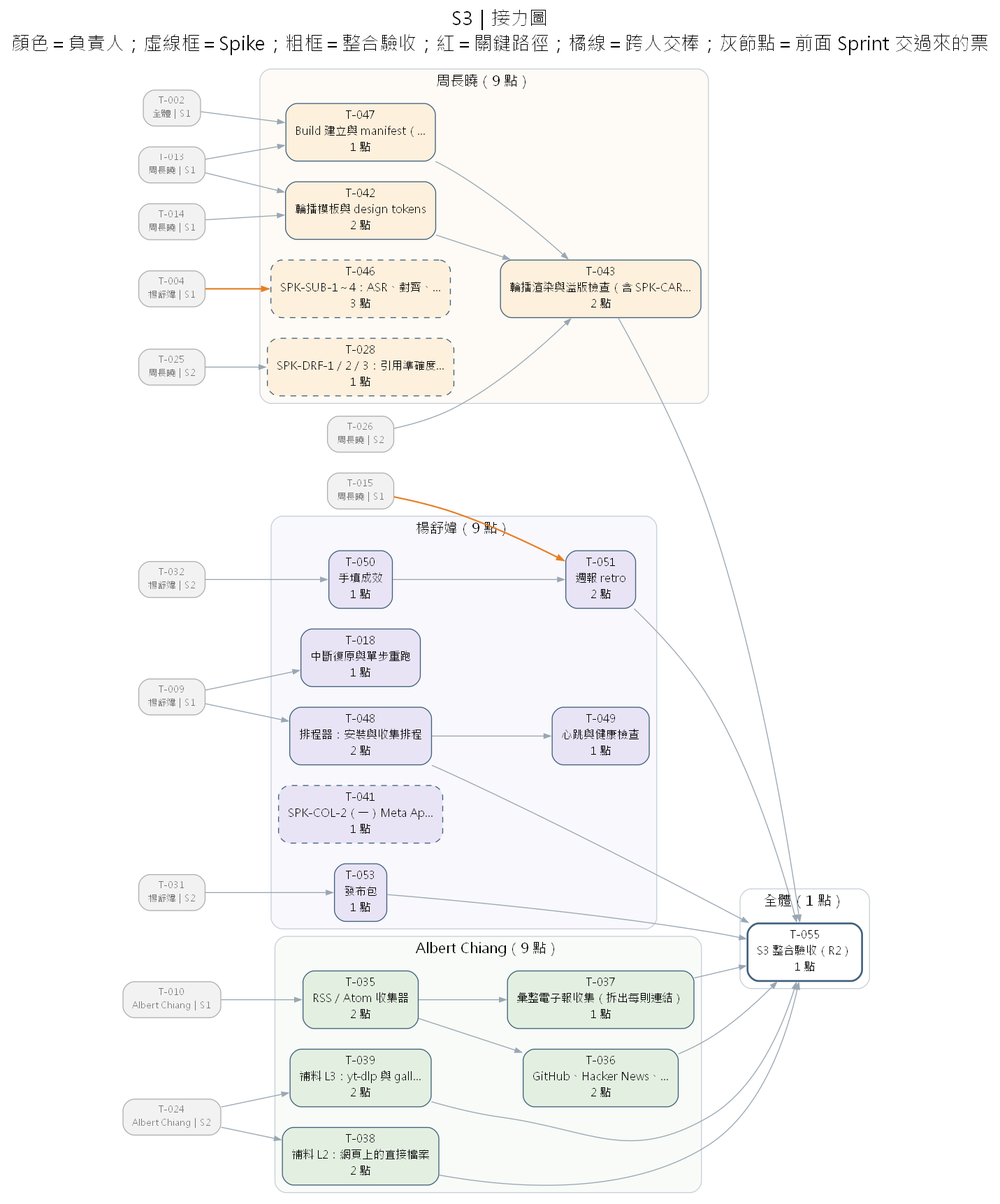
Earlier version of the Graphviz export docs/diagrams/dag-S3.png (Zenobia000/AI_Media_Studio_content_pipe). Its source is kept beside it as docs/diagrams/dag-S3.dot. Source of this version:
```dot
digraph S {
graph [rankdir=LR, bgcolor="white", fontname="Microsoft JhengHei", fontsize=20, labelloc=t, nodesep=0.3, ranksep=0.7, label="S3｜接力圖
顏色＝負責人；虛線框＝Spike；粗框＝整合驗收；紅＝關鍵路徑；橘線＝跨人交棒；灰節點＝前面 Sprint 交過來的票"];
node [shape=box, style="rounded,filled", fontname="Microsoft JhengHei", fontsize=12, color="#42617d", margin="0.14,0.07"];
edge [color="#9aa7b3", arrowsize=0.7];
subgraph "cluster_Albert Chiang" { label="Albert Chiang（9 點）"; style="rounded,filled"; fillcolor="#e3f0e140"; color="#c7d0d9"; fontsize=15;
"T-035" [label="T-035
RSS／Atom 收集器
2 點", fillcolor="#e3f0e1", style="rounded,filled"];
"T-036" [label="T-036
GitHub、Hacker News、…
2 點", fillcolor="#e3f0e1", style="rounded,filled"];
"T-037" [label="T-037
彙整電子報收集（拆出每則連結）
1 點", fillcolor="#e3f0e1", style="rounded,filled"];
"T-038" [label="T-038
補料 L2：網頁上的直接檔案
2 點", fillcolor="#e3f0e1", style="rounded,filled"];
"T-039" [label="T-039
補料 L3：yt-dlp 與 gall…
2 點", fillcolor="#e3f0e1", style="rounded,filled"];
}
subgraph "cluster_周長曉" { label="周長曉（9 點）"; style="rounded,filled"; fillcolor="#fdf0dc40"; color="#c7d0d9"; fontsize=15;
"T-028" [label="T-028
SPK-DRF-1／2／3：引用準確度…
1 點", fillcolor="#fdf0dc", style="rounded,filled,dashed"];
"T-042" [label="T-042
輪播模板與 design tokens
2 點", fillcolor="#fdf0dc", style="rounded,filled"];
"T-043" [label="T-043
輪播渲染與溢版檢查（含 SPK-CAR…
2 點", fillcolor="#fdf0dc", style="rounded,filled"];
"T-046" [label="T-046
SPK-SUB-1～4：ASR、對齊、…
3 點", fillcolor="#fdf0dc", style="rounded,filled,dashed"];
"T-047" [label="T-047
Build 建立與 manifest（…
1 點", fillcolor="#fdf0dc", style="rounded,filled"];
}
subgraph "cluster_楊舒媁" { label="楊舒媁（9 點）"; style="rounded,filled"; fillcolor="#e8e4f640"; color="#c7d0d9"; fontsize=15;
"T-018" [label="T-018
中斷復原與單步重跑
1 點", fillcolor="#e8e4f6", style="rounded,filled"];
"T-041" [label="T-041
SPK-COL-2（一）Meta Ap…
1 點", fillcolor="#e8e4f6", style="rounded,filled,dashed"];
"T-048" [label="T-048
排程器：安裝與收集排程
2 點", fillcolor="#e8e4f6", style="rounded,filled"];
"T-049" [label="T-049
心跳與健康檢查
1 點", fillcolor="#e8e4f6", style="rounded,filled"];
"T-050" [label="T-050
手填成效
1 點", fillcolor="#e8e4f6", style="rounded,filled"];
"T-051" [label="T-051
週報 retro
2 點", fillcolor="#e8e4f6", style="rounded,filled"];
"T-053" [label="T-053
發布包
1 點", fillcolor="#e8e4f6", style="rounded,filled"];
}
subgraph "cluster_全體" { label="全體（1 點）"; style="rounded,filled"; fillcolor="#ffffff40"; color="#c7d0d9"; fontsize=15;
"T-055" [label="T-055
S3 整合驗收（R2）
1 點", fillcolor="#ffffff", style="rounded,filled,bold"];
}
"T-002" [label="T-002
全體｜S1", fillcolor="#f2f2f2", color="#b0b0b0", fontcolor="#777777", fontsize=10];
"T-004" [label="T-004
楊舒媁｜S1", fillcolor="#f2f2f2", color="#b0b0b0", fontcolor="#777777", fontsize=10];
"T-009" [label="T-009
楊舒媁｜S1", fillcolor="#f2f2f2", color="#b0b0b0", fontcolor="#777777", fontsize=10];
"T-010" [label="T-010
Albert Chiang｜S1", fillcolor="#f2f2f2", color="#b0b0b0", fontcolor="#777777", fontsize=10];
"T-013" [label="T-013
周長曉｜S1", fillcolor="#f2f2f2", color="#b0b0b0", fontcolor="#777777", fontsize=10];
"T-014" [label="T-014
周長曉｜S1", fillcolor="#f2f2f2", color="#b0b0b0", fontcolor="#777777", fontsize=10];
"T-015" [label="T-015
周長曉｜S1", fillcolor="#f2f2f2", color="#b0b0b0", fontcolor="#777777", fontsize=10];
"T-024" [label="T-024
Albert Chiang｜S2", fillcolor="#f2f2f2", color="#b0b0b0", fontcolor="#777777", fontsize=10];
"T-025" [label="T-025
周長曉｜S2", fillcolor="#f2f2f2", color="#b0b0b0", fontcolor="#777777", fontsize=10];
"T-026" [label="T-026
周長曉｜S2", fillcolor="#f2f2f2", color="#b0b0b0", fontcolor="#777777", fontsize=10];
"T-031" [label="T-031
楊舒媁｜S2", fillcolor="#f2f2f2", color="#b0b0b0", fontcolor="#777777", fontsize=10];
"T-032" [label="T-032
楊舒媁｜S2", fillcolor="#f2f2f2", color="#b0b0b0", fontcolor="#777777", fontsize=10];
"T-009" -> "T-018";
"T-025" -> "T-028";
"T-010" -> "T-035";
"T-035" -> "T-036";
"T-035" -> "T-037";
"T-024" -> "T-038";
"T-024" -> "T-039";
"T-013" -> "T-042";
"T-014" -> "T-042";
"T-042" -> "T-043";
"T-026" -> "T-043";
"T-047" -> "T-043";
"T-004" -> "T-046" [color="#e67e22", penwidth=1.6];
"T-002" -> "T-047";
"T-013" -> "T-047";
"T-009" -> "T-048";
"T-048" -> "T-049";
"T-032" -> "T-050";
"T-050" -> "T-051";
"T-015" -> "T-051" [color="#e67e22", penwidth=1.6];
"T-031" -> "T-053";
"T-036" -> "T-055";
"T-037" -> "T-055";
"T-038" -> "T-055";
"T-039" -> "T-055";
"T-043" -> "T-055";
"T-048" -> "T-055";
"T-051" -> "T-055";
"T-053" -> "T-055";
}
```
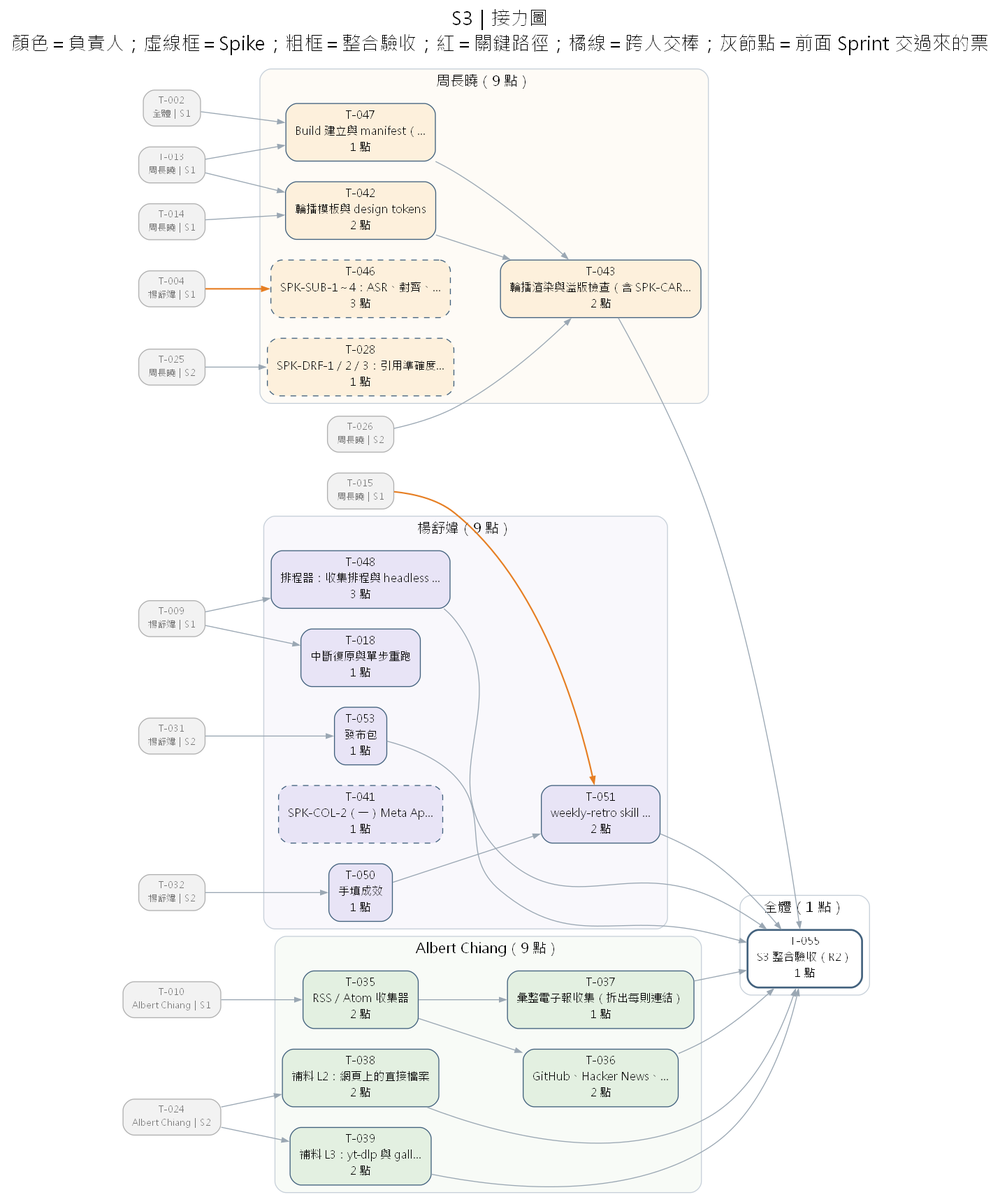
Above is the later version.

The edit, as a diff of the source:
```diff
@@ -45,16 +45,13 @@
 SPK-COL-2（一）Meta Ap…
 1 點", fillcolor="#e8e4f6", style="rounded,filled,dashed"];
 "T-048" [label="T-048
-排程器：安裝與收集排程
-2 點", fillcolor="#e8e4f6", style="rounded,filled"];
-"T-049" [label="T-049
-心跳與健康檢查
-1 點", fillcolor="#e8e4f6", style="rounded,filled"];
+排程器：收集排程與 headless …
+3 點", fillcolor="#e8e4f6", style="rounded,filled"];
 "T-050" [label="T-050
 手填成效
 1 點", fillcolor="#e8e4f6", style="rounded,filled"];
 "T-051" [label="T-051
-週報 retro
+weekly-retro skill …
 2 點", fillcolor="#e8e4f6", style="rounded,filled"];
 "T-053" [label="T-053
 發布包
@@ -105,7 +102,6 @@
 "T-002" -> "T-047";
 "T-013" -> "T-047";
 "T-009" -> "T-048";
-"T-048" -> "T-049";
 "T-032" -> "T-050";
 "T-050" -> "T-051";
 "T-015" -> "T-051" [color="#e67e22", penwidth=1.6];
```
